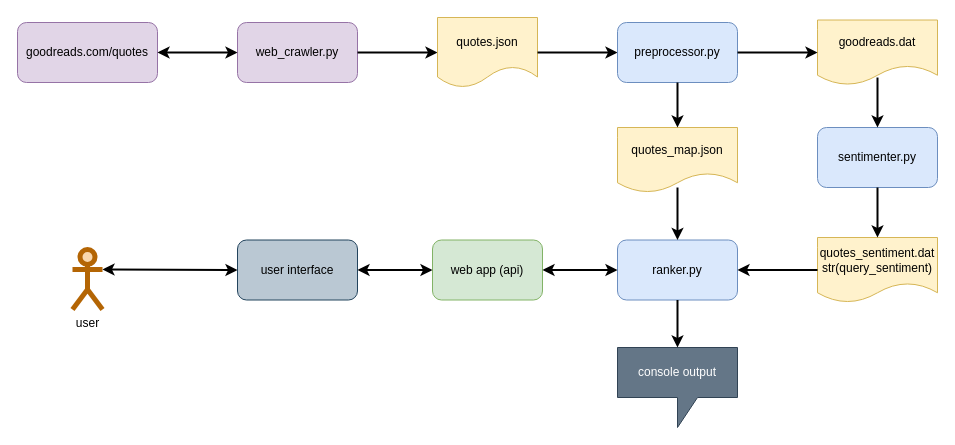
Above: course-deliverables/quote-finder-architecture.drawio in willtsai/quote-finder (draw.io), before the change. Source tidied: cells renumbered, new cells numbered last; positions are measured from the earlier drawing's top-left corner, leaving out a move shared by most shapes. Both pictures are drawn from the tidied source at 100%, with x=0, y=0 at pixel (17, 17).
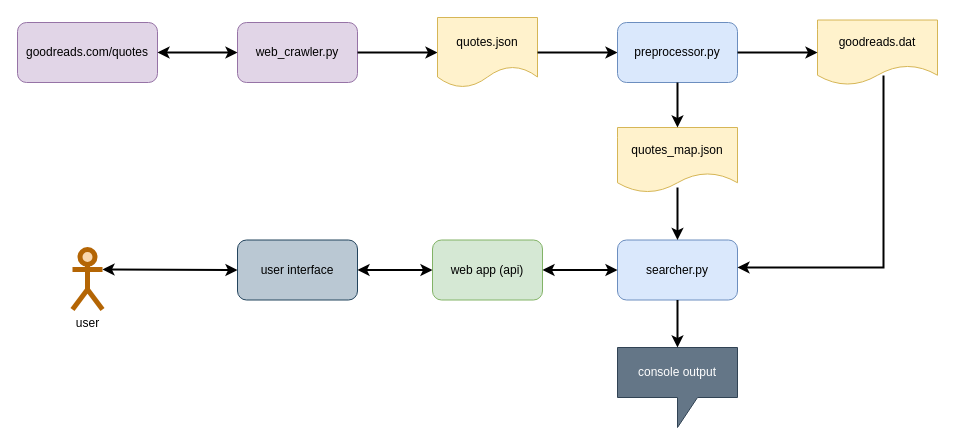
Above is the later version.

Unchanged cells that the change refers to:
```xml
<mxCell id="13" value="goodreads.dat" style="shape=document;whiteSpace=wrap;html=1;boundedLbl=1;fillColor=#fff2cc;strokeColor=#d6b656;" parent="1" vertex="1">
  <mxGeometry x="800" y="2.5" width="120" height="65" as="geometry" />
</mxCell>
```

The edit, as a diff of the source:
```diff
@@
-    <mxCell id="7" value="ranker.py" style="rounded=1;whiteSpace=wrap;html=1;fillColor=#dae8fc;strokeColor=#6c8ebf;" parent="1" vertex="1">
+    <mxCell id="7" value="searcher.py" style="rounded=1;whiteSpace=wrap;html=1;fillColor=#dae8fc;strokeColor=#6c8ebf;" parent="1" vertex="1">
       <mxGeometry x="600" y="222.5" width="120" height="60" as="geometry" />
     </mxCell>
@@
-    <mxCell id="9" value="quotes_sentiment.dat&lt;br&gt;str(query_sentiment)" style="shape=document;whiteSpace=wrap;html=1;boundedLbl=1;fillColor=#fff2cc;strokeColor=#d6b656;" parent="1" vertex="1">
-      <mxGeometry x="800" y="220" width="120" height="65" as="geometry" />
-    </mxCell>
@@
-    <mxCell id="14" value="sentimenter.py" style="rounded=1;whiteSpace=wrap;html=1;fillColor=#dae8fc;strokeColor=#6c8ebf;" parent="1" vertex="1">
-      <mxGeometry x="800" y="110" width="120" height="60" as="geometry" />
-    </mxCell>
@@
-    <mxCell id="22" style="endArrow=classic;html=1;rounded=0;entryX=0.5;entryY=0;entryDx=0;entryDy=0;exitX=0.5;exitY=0.885;exitDx=0;exitDy=0;strokeWidth=2;exitPerimeter=0;" parent="1" edge="1" source="13" target="14">
-      <mxGeometry relative="1" as="geometry" />
-    </mxCell>
-    <mxCell id="23" style="endArrow=classic;html=1;rounded=0;entryX=0.5;entryY=0;entryDx=0;entryDy=0;exitX=0.5;exitY=1;exitDx=0;exitDy=0;strokeWidth=2;" parent="1" edge="1" source="14" target="9">
-      <mxGeometry relative="1" as="geometry" />
-    </mxCell>
@@
-    <mxCell id="25" style="endArrow=classic;html=1;rounded=0;entryX=1;entryY=0.5;entryDx=0;entryDy=0;exitX=0;exitY=0.5;exitDx=0;exitDy=0;strokeWidth=2;" parent="1" edge="1" source="9" target="7">
-      <mxGeometry relative="1" as="geometry" />
-    </mxCell>
@@
+    <mxCell id="28" style="endArrow=classic;html=1;rounded=0;exitX=0.55;exitY=0.854;exitDx=0;exitDy=0;strokeWidth=2;exitPerimeter=0;" parent="1" edge="1" source="13">
+      <mxGeometry relative="1" as="geometry">
+        <mxPoint x="720" y="250" as="targetPoint" />
+        <Array as="points">
+          <mxPoint x="866" y="250" />
+        </Array>
+      </mxGeometry>
+    </mxCell>
```
